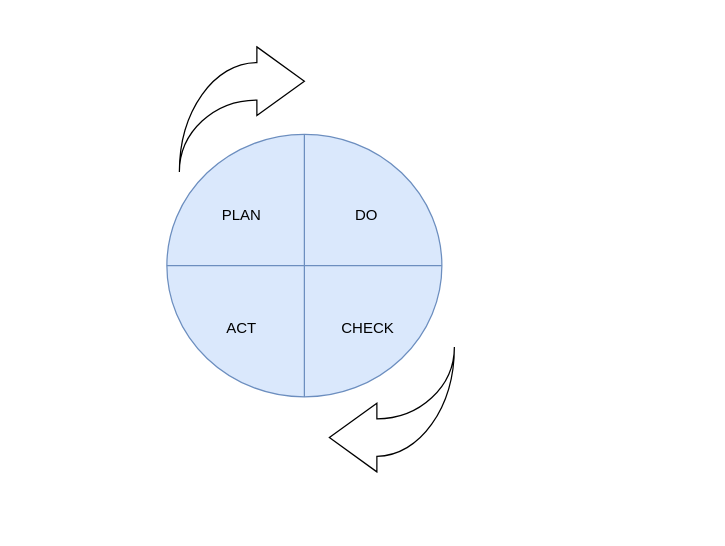
Before: PDCA.drawio in zhengt666/homework, a draw.io diagram. Source tidied: cells renumbered, new cells numbered last; positions are measured from the earlier drawing's top-left corner, leaving out a move shared by most shapes. Both pictures are drawn from the tidied source at 125%, with x=0, y=0 at pixel (166, 46).
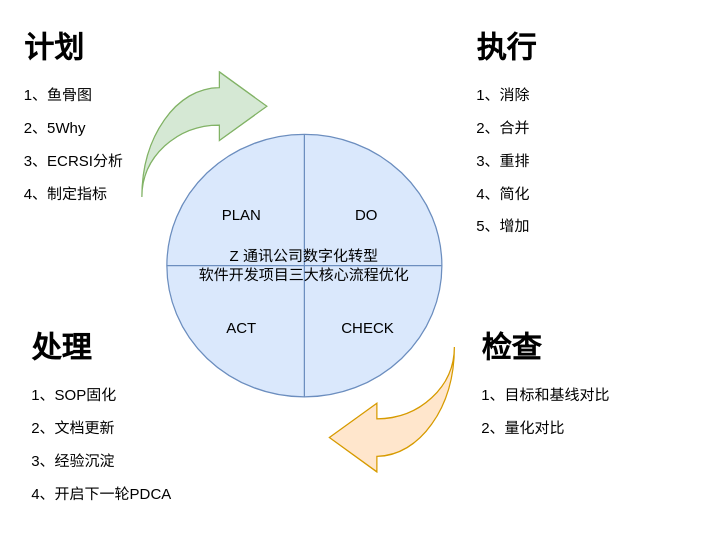
Above is the later version.

The edit, as a diff of the source:
```diff
@@
 <mxGraphModel>
   <root>
     <mxCell id="0" />
     <mxCell id="1" parent="0" />
-    <mxCell id="2" style="shape=orEllipse;perimeter=ellipsePerimeter;whiteSpace=wrap;html=1;backgroundOutline=1;direction=south;fillColor=#dae8fc;strokeColor=#6c8ebf;" parent="1" vertex="1">
+    <mxCell id="2" value="Z 通讯公司数字化转型&lt;div style=&quot;font-variant-numeric: normal; font-variant-east-asian: normal; font-variant-alternates: normal; font-size-adjust: none; font-language-override: normal; font-kerning: auto; font-optical-sizing: auto; font-feature-settings: normal; font-variation-settings: normal; font-variant-position: normal; font-variant-emoji: normal; font-stretch: normal; font-family: ui-sans-serif, system-ui, sans-serif, &amp;quot;Apple Color Emoji&amp;quot;, &amp;quot;Segoe UI Emoji&amp;quot;, &amp;quot;Segoe UI Symbol&amp;quot;, &amp;quot;Noto Color Emoji&amp;quot;; font-size: 16px; line-height: 24px; text-align: start; flex: 0 1 auto; flex-direction: row; justify-content: normal; align-items: normal; padding: 0px; margin: 0px; background: none 0% 0% / auto repeat scroll padding-box border-box rgba(0, 0, 0, 0);&quot;&gt;&lt;/div&gt;软件开发项目三大核心流程优化" style="shape=orEllipse;perimeter=ellipsePerimeter;whiteSpace=wrap;html=1;backgroundOutline=1;direction=south;fillColor=#dae8fc;strokeColor=#6c8ebf;" parent="1" vertex="1">
       <mxGeometry y="70" width="220" height="210" as="geometry" />
     </mxCell>
     <mxCell id="3" value="PLAN" style="text;html=1;whiteSpace=wrap;strokeColor=none;fillColor=none;align=center;verticalAlign=middle;rounded=0;" parent="1" vertex="1">
       <mxGeometry x="30" y="120" width="60" height="30" as="geometry" />
     </mxCell>
     <mxCell id="4" value="DO" style="text;html=1;whiteSpace=wrap;strokeColor=none;fillColor=none;align=center;verticalAlign=middle;rounded=0;" parent="1" vertex="1">
       <mxGeometry x="130" y="120" width="60" height="30" as="geometry" />
     </mxCell>
     <mxCell id="5" value="CHECK" style="text;html=1;whiteSpace=wrap;strokeColor=none;fillColor=none;align=center;verticalAlign=middle;rounded=0;" parent="1" vertex="1">
       <mxGeometry x="131" y="210" width="60" height="30" as="geometry" />
     </mxCell>
     <mxCell id="6" value="ACT" style="text;html=1;whiteSpace=wrap;strokeColor=none;fillColor=none;align=center;verticalAlign=middle;rounded=0;" parent="1" vertex="1">
       <mxGeometry x="30" y="210" width="60" height="30" as="geometry" />
     </mxCell>
-    <mxCell id="7" style="html=1;shadow=0;dashed=0;align=center;verticalAlign=middle;shape=mxgraph.arrows2.jumpInArrow;dy=15;dx=38;arrowHead=55;" parent="1" vertex="1">
-      <mxGeometry x="10" width="100" height="100" as="geometry" />
+    <mxCell id="7" style="html=1;shadow=0;dashed=0;align=center;verticalAlign=middle;shape=mxgraph.arrows2.jumpInArrow;dy=15;dx=38;arrowHead=55;fillColor=#d5e8d4;strokeColor=#82b366;" parent="1" vertex="1">
+      <mxGeometry x="-20" y="20" width="100" height="100" as="geometry" />
     </mxCell>
-    <mxCell id="8" style="html=1;shadow=0;dashed=0;align=center;verticalAlign=middle;shape=mxgraph.arrows2.jumpInArrow;dy=15;dx=38;arrowHead=55;direction=west;" parent="1" vertex="1">
+    <mxCell id="8" style="html=1;shadow=0;dashed=0;align=center;verticalAlign=middle;shape=mxgraph.arrows2.jumpInArrow;dy=15;dx=38;arrowHead=55;direction=west;fillColor=#ffe6cc;strokeColor=#d79b00;" parent="1" vertex="1">
       <mxGeometry x="130" y="240" width="100" height="100" as="geometry" />
     </mxCell>
+    <mxCell id="9" value="&lt;h1 style=&quot;margin-top: 0px;&quot;&gt;计划&lt;/h1&gt;&lt;p&gt;1、鱼骨图&lt;/p&gt;&lt;p&gt;2、5Why&lt;/p&gt;&lt;p&gt;3、ECRSI分析&lt;/p&gt;&lt;p&gt;4、制定指标&lt;/p&gt;" style="text;html=1;whiteSpace=wrap;overflow=hidden;rounded=0;" parent="1" vertex="1">
+      <mxGeometry x="-116" y="-20" width="180" height="150" as="geometry" />
+    </mxCell>
+    <mxCell id="10" value="&lt;h1 style=&quot;margin-top: 0px;&quot;&gt;执行&lt;/h1&gt;&lt;p&gt;1、消除&lt;/p&gt;&lt;p&gt;2、合并&lt;/p&gt;&lt;p&gt;3、重排&lt;/p&gt;&lt;p&gt;4、简化&lt;/p&gt;&lt;p&gt;5、增加&lt;/p&gt;" style="text;html=1;whiteSpace=wrap;overflow=hidden;rounded=0;" parent="1" vertex="1">
+      <mxGeometry x="246" y="-20" width="180" height="170" as="geometry" />
+    </mxCell>
+    <mxCell id="11" value="&lt;h1 style=&quot;margin-top: 0px;&quot;&gt;检查&lt;/h1&gt;&lt;p&gt;1、目标和基线对比&lt;/p&gt;&lt;p&gt;2、量化对比&lt;/p&gt;" style="text;html=1;whiteSpace=wrap;overflow=hidden;rounded=0;" parent="1" vertex="1">
+      <mxGeometry x="250" y="220" width="180" height="120" as="geometry" />
+    </mxCell>
+    <mxCell id="12" value="&lt;h1 style=&quot;margin-top: 0px;&quot;&gt;处理&lt;/h1&gt;&lt;p&gt;1、SOP固化&lt;/p&gt;&lt;p&gt;2、文档更新&lt;/p&gt;&lt;p&gt;3、经验沉淀&lt;/p&gt;&lt;p&gt;4、开启下一轮PDCA&lt;/p&gt;" style="text;html=1;whiteSpace=wrap;overflow=hidden;rounded=0;" parent="1" vertex="1">
+      <mxGeometry x="-110" y="220" width="180" height="160" as="geometry" />
+    </mxCell>
   </root>
 </mxGraphModel>
```
